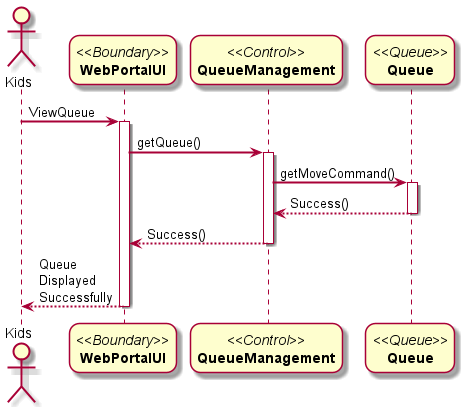
Above: Docs/Sequence Diagrams/Project Sequence-Diagram-UC4.png in DanielFYJ/2101-2201-Project (PlantUML), before the change. Its diagram source:
```plantuml
@startuml
skinparam sequenceArrowThickness 2
skinparam roundcorner 20
skinparam maxmessagesize 60

actor Kids
participant "//<<Boundary>>//\n**WebPortalUI**" as A
participant "//<<Control>>//\n**QueueManagement**" as B
participant "//<<Queue>>//\n**Queue**" as C

Kids-> A: ViewQueue
activate A

A -> B: getQueue()
activate B

B -> C: getMoveCommand()
activate C
C --> B: Success()
deactivate C

B --> A: Success()
deactivate B

A --> Kids: Queue Displayed Successfully
deactivate A

@enduml
```
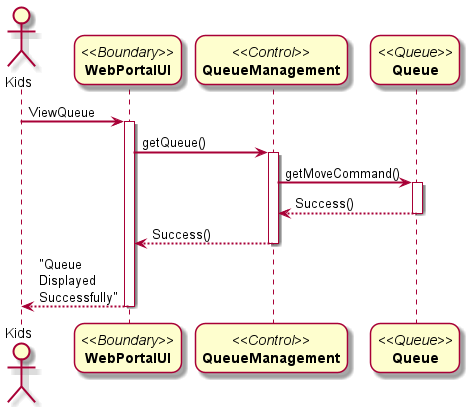
After the change.

Commit message:
Update Sequence Diagram due to error

Diff of the diagram source:
```diff
@@ -22,7 +22,7 @@
 B --> A: Success()
 deactivate B
 
-A --> Kids: Queue Displayed Successfully
+A --> Kids: "Queue Displayed Successfully"
 deactivate A
 
 @enduml
```
